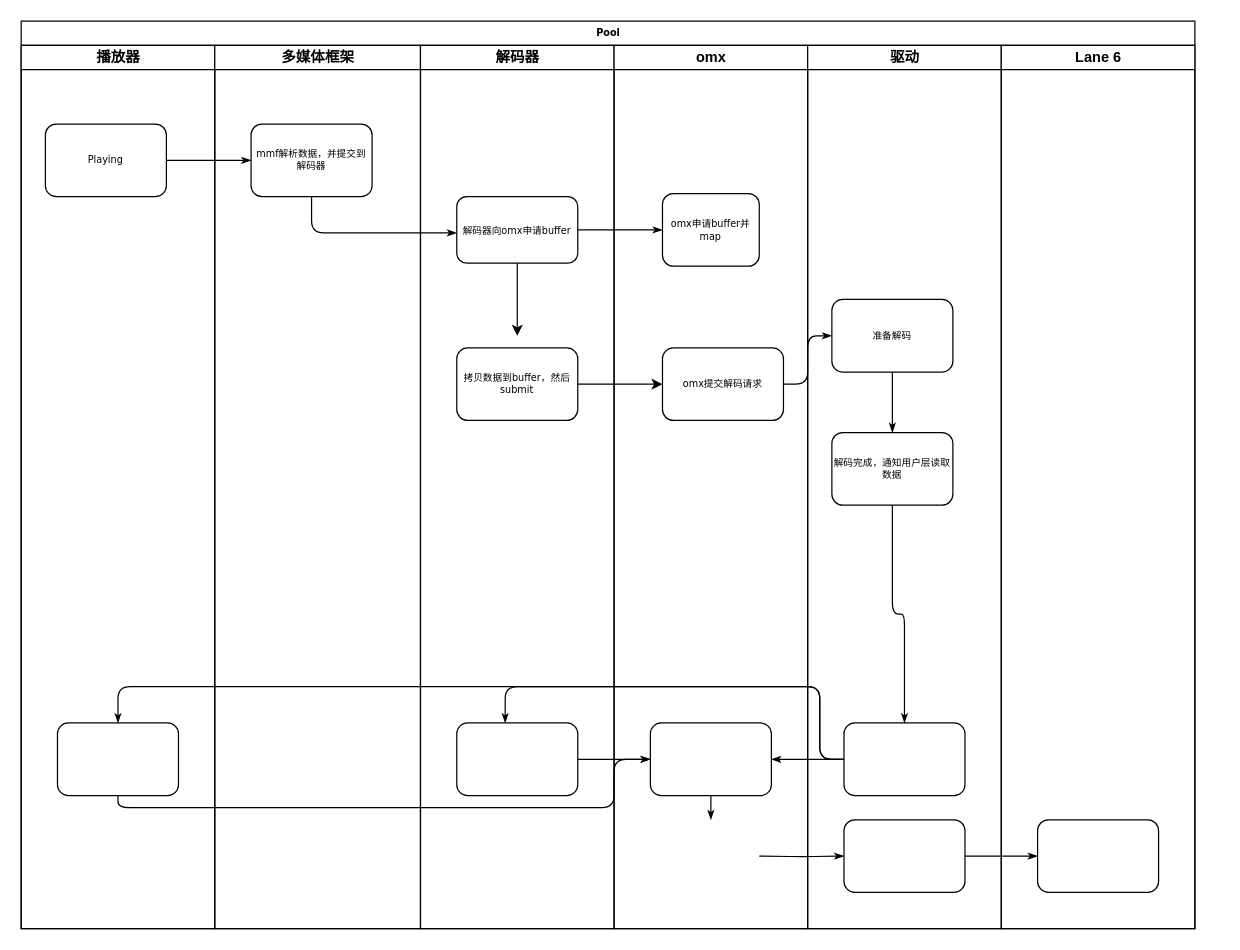
Earlier version of the draw.io diagram Untitled Diagram.drawio (yexue52/test). Source tidied: cells renumbered, new cells numbered last; positions are measured from the earlier drawing's top-left corner, leaving out a move shared by most shapes. Both pictures are drawn from the tidied source at 121%, with x=0, y=0 at pixel (21, 21).
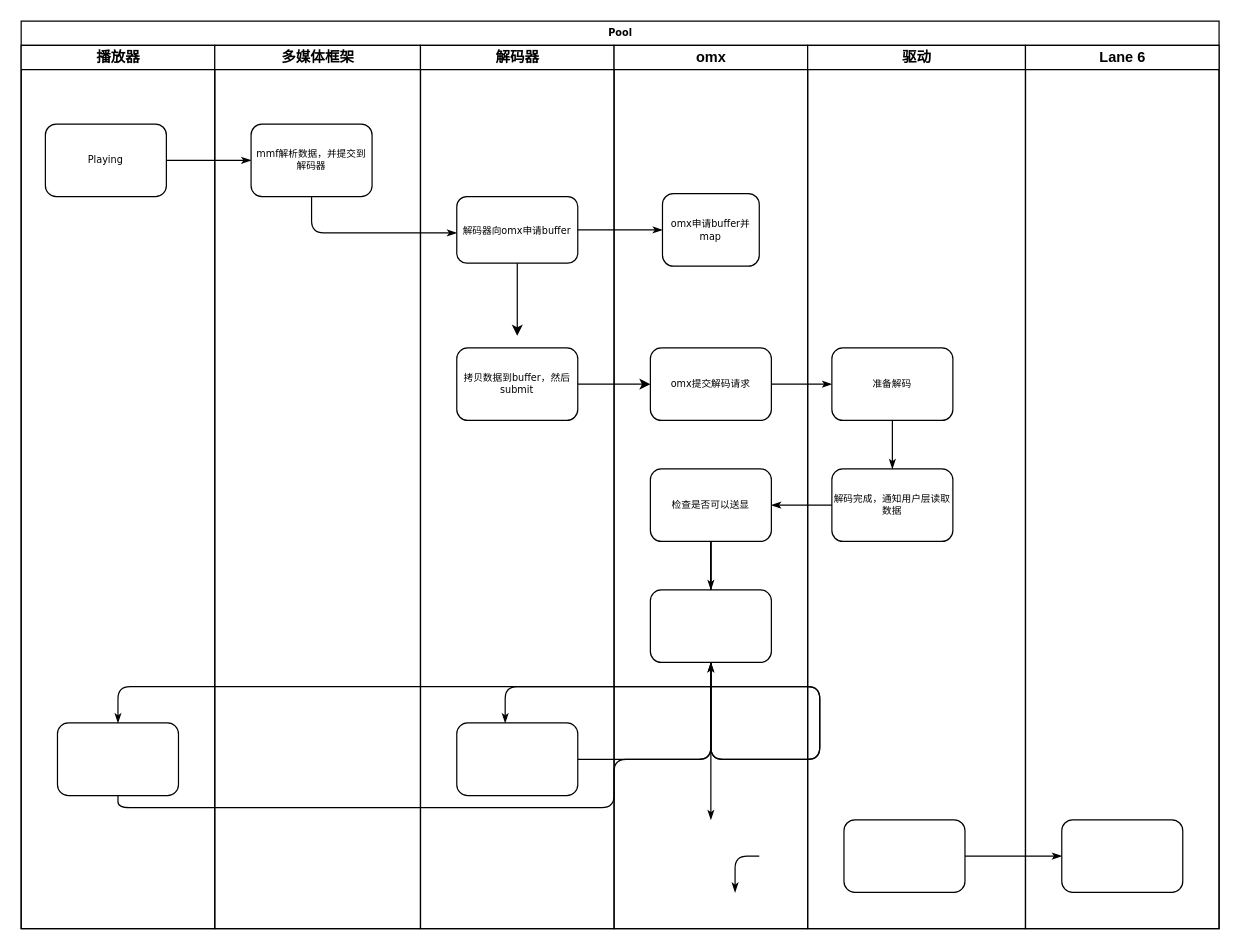
Above is the later version.

The change refers to these unchanged cells:
```xml
<mxCell id="22" value="omx" style="swimlane;html=1;startSize=20;" parent="2" vertex="1">
  <mxGeometry x="490" y="20" width="160" height="730" as="geometry" />
</mxCell>
<mxCell id="31" style="rounded=1;whiteSpace=wrap;html=1;shadow=0;labelBackgroundColor=none;strokeWidth=1;fontFamily=Verdana;fontSize=8;align=center;" parent="27" vertex="1">
  <mxGeometry x="30" y="640" width="100" height="60" as="geometry" />
</mxCell>
```

Diff of the diagram source:
```diff
@@
     <mxCell id="2" value="Pool" style="swimlane;html=1;startSize=20;rounded=0;shadow=0;labelBackgroundColor=none;strokeWidth=1;fontFamily=Verdana;fontSize=8;align=center;" parent="1" vertex="1">
-      <mxGeometry width="970" height="750" as="geometry" />
+      <mxGeometry width="990" height="750" as="geometry" />
     </mxCell>
@@
-    <mxCell id="8" style="edgeStyle=orthogonalEdgeStyle;rounded=1;html=1;labelBackgroundColor=none;startArrow=none;startFill=0;startSize=5;endArrow=classicThin;endFill=1;endSize=5;jettySize=auto;strokeWidth=1;fontFamily=Verdana;fontSize=8;" parent="2" edge="1" target="31">
+    <mxCell id="8" style="edgeStyle=orthogonalEdgeStyle;rounded=1;html=1;labelBackgroundColor=none;startArrow=none;startFill=0;startSize=5;endArrow=classicThin;endFill=1;endSize=5;jettySize=auto;orthogonalLoop=1;strokeWidth=1;fontFamily=Verdana;fontSize=8;" parent="2" edge="1">
       <mxGeometry relative="1" as="geometry">
         <mxPoint x="610" y="690" as="sourcePoint" />
+        <mxPoint x="590" y="720" as="targetPoint" />
       </mxGeometry>
     </mxCell>
@@
-    <mxCell id="12" style="edgeStyle=orthogonalEdgeStyle;rounded=1;html=1;labelBackgroundColor=none;startArrow=none;startFill=0;startSize=5;endArrow=classicThin;endFill=1;endSize=5;jettySize=auto;strokeColor=#000000;strokeWidth=1;fontFamily=Verdana;fontSize=8;fontColor=#000000;" parent="2" edge="1" source="30" target="24">
-      <mxGeometry relative="1" as="geometry" />
-    </mxCell>
@@
     <mxCell id="23" value="omx提交解码请求" style="rounded=1;whiteSpace=wrap;html=1;shadow=0;labelBackgroundColor=none;strokeWidth=1;fontFamily=Verdana;fontSize=8;align=center;" parent="22" vertex="1">
-      <mxGeometry x="40" y="250" width="100" height="60" as="geometry" />
+      <mxGeometry x="30" y="250" width="100" height="60" as="geometry" />
     </mxCell>
     <mxCell id="24" style="rounded=1;whiteSpace=wrap;html=1;shadow=0;labelBackgroundColor=none;strokeWidth=1;fontFamily=Verdana;fontSize=8;align=center;" parent="22" vertex="1">
-      <mxGeometry x="30" y="560" width="100" height="60" as="geometry" />
+      <mxGeometry x="30" y="450" width="100" height="60" as="geometry" />
     </mxCell>
@@
+    <mxCell id="30" value="检查是否可以送显" style="rounded=1;whiteSpace=wrap;html=1;shadow=0;labelBackgroundColor=none;strokeWidth=1;fontFamily=Verdana;fontSize=8;align=center;" parent="22" vertex="1">
+      <mxGeometry x="30" y="350" width="100" height="60" as="geometry" />
+    </mxCell>
+    <mxCell id="12" style="edgeStyle=orthogonalEdgeStyle;rounded=1;html=1;labelBackgroundColor=none;startArrow=none;startFill=0;startSize=5;endArrow=classicThin;endFill=1;endSize=5;jettySize=auto;strokeColor=#000000;strokeWidth=1;fontFamily=Verdana;fontSize=8;fontColor=#000000;" parent="22" edge="1" source="30" target="24">
+      <mxGeometry relative="1" as="geometry" />
+    </mxCell>
     <mxCell id="27" value="驱动" style="swimlane;html=1;startSize=20;" parent="2" vertex="1">
-      <mxGeometry x="650" y="20" width="160" height="730" as="geometry" />
+      <mxGeometry x="650" y="20" width="180" height="730" as="geometry" />
     </mxCell>
     <mxCell id="28" value="准备解码" style="rounded=1;whiteSpace=wrap;html=1;shadow=0;labelBackgroundColor=none;strokeWidth=1;fontFamily=Verdana;fontSize=8;align=center;" parent="27" vertex="1">
-      <mxGeometry x="20" y="210" width="100" height="60" as="geometry" />
+      <mxGeometry x="20" y="250" width="100" height="60" as="geometry" />
     </mxCell>
     <mxCell id="29" value="解码完成，通知用户层读取数据" style="rounded=1;whiteSpace=wrap;html=1;shadow=0;labelBackgroundColor=none;strokeWidth=1;fontFamily=Verdana;fontSize=8;align=center;" parent="27" vertex="1">
-      <mxGeometry x="20" y="320" width="100" height="60" as="geometry" />
+      <mxGeometry x="20" y="350" width="100" height="60" as="geometry" />
     </mxCell>
-    <mxCell id="30" style="rounded=1;whiteSpace=wrap;html=1;shadow=0;labelBackgroundColor=none;strokeWidth=1;fontFamily=Verdana;fontSize=8;align=center;" parent="27" vertex="1">
-      <mxGeometry x="30" y="560" width="100" height="60" as="geometry" />
-    </mxCell>
@@
-    <mxCell id="33" style="edgeStyle=orthogonalEdgeStyle;rounded=1;html=1;labelBackgroundColor=none;startArrow=none;startFill=0;startSize=5;endArrow=classicThin;endFill=1;endSize=5;jettySize=auto;strokeWidth=1;fontFamily=Verdana;fontSize=8;" parent="27" edge="1" source="29" target="30">
-      <mxGeometry relative="1" as="geometry" />
-    </mxCell>
     <mxCell id="34" value="Lane 6" style="swimlane;html=1;startSize=20;" parent="2" vertex="1">
-      <mxGeometry x="810" y="20" width="160" height="730" as="geometry" />
+      <mxGeometry x="830" y="20" width="160" height="730" as="geometry" />
     </mxCell>
@@
+    <mxCell id="33" style="edgeStyle=orthogonalEdgeStyle;rounded=1;html=1;labelBackgroundColor=none;startArrow=none;startFill=0;startSize=5;endArrow=classicThin;endFill=1;endSize=5;jettySize=auto;strokeWidth=1;fontFamily=Verdana;fontSize=8;" parent="2" edge="1" source="29" target="30">
+      <mxGeometry relative="1" as="geometry" />
+    </mxCell>
```
